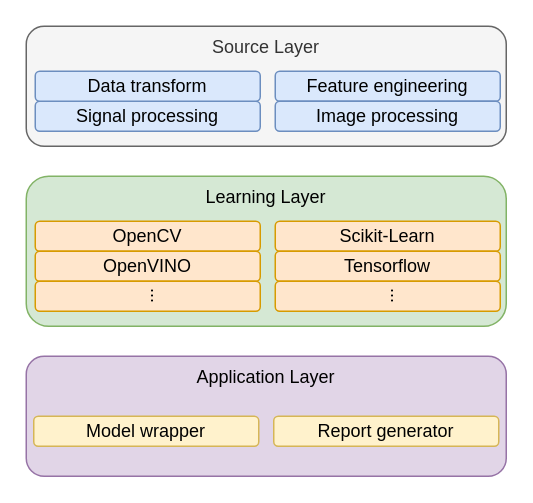
This is page "calculate-service-layer-architecture" (1 of 2) of doc/img/calculate-service-architecture.drawio from eastmoon/business-intelligence-service-architecture, a draw.io file, before an edit. Source tidied: cells renumbered, new cells numbered last; positions are measured from the earlier drawing's top-left corner, leaving out a move shared by most shapes. Both pictures are drawn from the tidied source at 150%, with x=0, y=0 at pixel (26, 26).
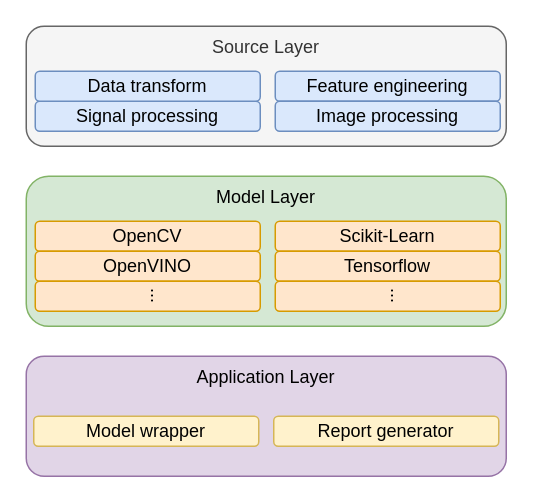
The same page after the edit.

Commit message (it also covers changes not shown here):
feat: rename learning layer to model layer

What changed in the source:
```diff
@@
 <mxGraphModel>
   <root>
     <mxCell id="0" />
     <mxCell id="1" parent="0" />
     <mxCell id="2" value="&lt;span style=&quot;font-size: 12px&quot;&gt;Source Layer&lt;/span&gt;" style="rounded=1;whiteSpace=wrap;html=1;fontSize=6;fillColor=#f5f5f5;strokeColor=#666666;fontColor=#333333;horizontal=1;verticalAlign=top;" parent="1" vertex="1">
       <mxGeometry width="320" height="80" as="geometry" />
     </mxCell>
     <mxCell id="3" value="&lt;span style=&quot;font-size: 12px&quot;&gt;Feature engineering&lt;/span&gt;" style="rounded=1;whiteSpace=wrap;html=1;fontSize=6;fillColor=#dae8fc;strokeColor=#6c8ebf;" parent="1" vertex="1">
       <mxGeometry x="166" y="30" width="150" height="20" as="geometry" />
     </mxCell>
-    <mxCell id="4" value="&lt;span style=&quot;font-size: 12px&quot;&gt;Learning Layer&lt;/span&gt;" style="rounded=1;whiteSpace=wrap;html=1;fontSize=6;fillColor=#d5e8d4;strokeColor=#82b366;verticalAlign=top;" parent="1" vertex="1">
+    <mxCell id="4" value="&lt;span style=&quot;font-size: 12px&quot;&gt;Model Layer&lt;/span&gt;" style="rounded=1;whiteSpace=wrap;html=1;fontSize=6;fillColor=#d5e8d4;strokeColor=#82b366;verticalAlign=top;" parent="1" vertex="1">
       <mxGeometry y="100" width="320" height="100" as="geometry" />
     </mxCell>
     <mxCell id="5" value="&lt;span style=&quot;font-size: 12px&quot;&gt;Application Layer&lt;/span&gt;" style="rounded=1;whiteSpace=wrap;html=1;fontSize=6;fillColor=#e1d5e7;strokeColor=#9673a6;verticalAlign=top;" parent="1" vertex="1">
       <mxGeometry y="220" width="320" height="80" as="geometry" />
     </mxCell>
     <mxCell id="6" value="&lt;span style=&quot;font-size: 12px&quot;&gt;Signal processing&lt;/span&gt;" style="rounded=1;whiteSpace=wrap;html=1;fontSize=6;fillColor=#dae8fc;strokeColor=#6c8ebf;" parent="1" vertex="1">
       <mxGeometry x="6" y="50" width="150" height="20" as="geometry" />
     </mxCell>
     <mxCell id="7" value="&lt;span style=&quot;font-size: 12px&quot;&gt;Image processing&lt;/span&gt;" style="rounded=1;whiteSpace=wrap;html=1;fontSize=6;fillColor=#dae8fc;strokeColor=#6c8ebf;" parent="1" vertex="1">
       <mxGeometry x="166" y="50" width="150" height="20" as="geometry" />
     </mxCell>
     <mxCell id="8" value="&lt;span style=&quot;font-size: 12px&quot;&gt;Data transform&lt;/span&gt;" style="rounded=1;whiteSpace=wrap;html=1;fontSize=6;fillColor=#dae8fc;strokeColor=#6c8ebf;" parent="1" vertex="1">
       <mxGeometry x="6" y="30" width="150" height="20" as="geometry" />
     </mxCell>
     <mxCell id="9" value="&lt;span style=&quot;font-size: 12px&quot;&gt;OpenCV&lt;/span&gt;" style="rounded=1;whiteSpace=wrap;html=1;fontSize=6;fillColor=#ffe6cc;strokeColor=#d79b00;" parent="1" vertex="1">
       <mxGeometry x="6" y="130" width="150" height="20" as="geometry" />
     </mxCell>
     <mxCell id="10" value="&lt;span style=&quot;font-size: 12px&quot;&gt;OpenVINO&lt;/span&gt;" style="rounded=1;whiteSpace=wrap;html=1;fontSize=6;fillColor=#ffe6cc;strokeColor=#d79b00;" parent="1" vertex="1">
       <mxGeometry x="6" y="150" width="150" height="20" as="geometry" />
     </mxCell>
     <mxCell id="11" value="&lt;span style=&quot;font-size: 12px&quot;&gt;Scikit-Learn&lt;/span&gt;" style="rounded=1;whiteSpace=wrap;html=1;fontSize=6;fillColor=#ffe6cc;strokeColor=#d79b00;" parent="1" vertex="1">
       <mxGeometry x="166" y="130" width="150" height="20" as="geometry" />
     </mxCell>
     <mxCell id="12" value="&lt;span style=&quot;font-size: 12px&quot;&gt;Tensorflow&lt;/span&gt;" style="rounded=1;whiteSpace=wrap;html=1;fontSize=6;fillColor=#ffe6cc;strokeColor=#d79b00;" parent="1" vertex="1">
       <mxGeometry x="166" y="150" width="150" height="20" as="geometry" />
     </mxCell>
     <mxCell id="13" value="&lt;span style=&quot;font-size: 12px&quot;&gt;...&lt;/span&gt;" style="rounded=1;whiteSpace=wrap;html=1;fontSize=6;fillColor=#ffe6cc;strokeColor=#d79b00;horizontal=0;" parent="1" vertex="1">
       <mxGeometry x="6" y="170" width="150" height="20" as="geometry" />
     </mxCell>
     <mxCell id="14" value="&lt;span style=&quot;font-size: 12px&quot;&gt;...&lt;/span&gt;" style="rounded=1;whiteSpace=wrap;html=1;fontSize=6;fillColor=#ffe6cc;strokeColor=#d79b00;horizontal=0;" parent="1" vertex="1">
       <mxGeometry x="166" y="170" width="150" height="20" as="geometry" />
     </mxCell>
     <mxCell id="15" value="&lt;span style=&quot;font-size: 12px&quot;&gt;Model wrapper&lt;/span&gt;" style="rounded=1;whiteSpace=wrap;html=1;fontSize=6;fillColor=#fff2cc;strokeColor=#d6b656;" parent="1" vertex="1">
       <mxGeometry x="5" y="260" width="150" height="20" as="geometry" />
     </mxCell>
     <mxCell id="16" value="&lt;span style=&quot;font-size: 12px&quot;&gt;Report generator&lt;/span&gt;" style="rounded=1;whiteSpace=wrap;html=1;fontSize=6;fillColor=#fff2cc;strokeColor=#d6b656;" parent="1" vertex="1">
       <mxGeometry x="165" y="260" width="150" height="20" as="geometry" />
     </mxCell>
   </root>
 </mxGraphModel>
```
